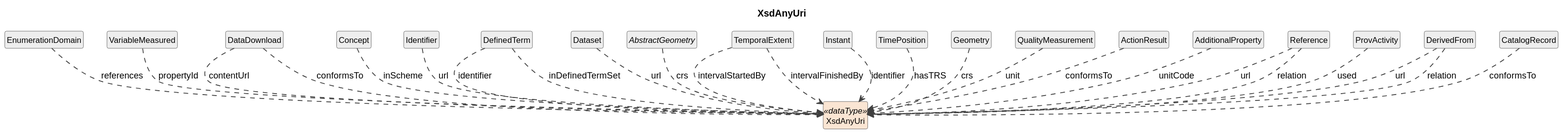
Cross-Domain-Interoperability-Framework/metadataBuildingBlocks keeps this PlantUML diagram as cdif-uml-model/DataDescriptionWithStructure/DataTypes/XsdAnyUri.svg. Above is the earlier version. Its diagram source:
```plantuml
@startuml
title XsdAnyUri
hide circle
hide empty members
skinparam shadowing false
skinparam ArrowThickness 1.2
skinparam class {
  ArrowColor #404040
  BorderColor #404040
  FontSize 12
}

class "XsdAnyUri" as XsdAnyUri <<dataType>> #FAE5D3
class "EnumerationDomain" as EnumerationDomain #EEEEEE
EnumerationDomain ..> XsdAnyUri : references
class "VariableMeasured" as VariableMeasured #EEEEEE
VariableMeasured ..> XsdAnyUri : propertyId
class "DataDownload" as DataDownload #EEEEEE
DataDownload ..> XsdAnyUri : contentUrl
DataDownload ..> XsdAnyUri : conformsTo
class "Concept" as Concept #EEEEEE
Concept ..> XsdAnyUri : inScheme
class "Identifier" as Identifier #EEEEEE
Identifier ..> XsdAnyUri : url
class "DefinedTerm" as DefinedTerm #EEEEEE
DefinedTerm ..> XsdAnyUri : identifier
DefinedTerm ..> XsdAnyUri : inDefinedTermSet
class "Dataset" as Dataset #EEEEEE
Dataset ..> XsdAnyUri : url
abstract class "AbstractGeometry" as AbstractGeometry #EEEEEE
AbstractGeometry ..> XsdAnyUri : crs
class "TemporalExtent" as TemporalExtent #EEEEEE
TemporalExtent ..> XsdAnyUri : intervalStartedBy
TemporalExtent ..> XsdAnyUri : intervalFinishedBy
class "Instant" as Instant #EEEEEE
Instant ..> XsdAnyUri : identifier
class "TimePosition" as TimePosition #EEEEEE
TimePosition ..> XsdAnyUri : hasTRS
class "Geometry" as Geometry #EEEEEE
Geometry ..> XsdAnyUri : crs
class "QualityMeasurement" as QualityMeasurement #EEEEEE
QualityMeasurement ..> XsdAnyUri : unit
class "ActionResult" as ActionResult #EEEEEE
ActionResult ..> XsdAnyUri : conformsTo
class "AdditionalProperty" as AdditionalProperty #EEEEEE
AdditionalProperty ..> XsdAnyUri : unitCode
class "Reference" as Reference #EEEEEE
Reference ..> XsdAnyUri : url
Reference ..> XsdAnyUri : relation
class "ProvActivity" as ProvActivity #EEEEEE
ProvActivity ..> XsdAnyUri : used
class "DerivedFrom" as DerivedFrom #EEEEEE
DerivedFrom ..> XsdAnyUri : url
DerivedFrom ..> XsdAnyUri : relation
class "CatalogRecord" as CatalogRecord #EEEEEE
CatalogRecord ..> XsdAnyUri : conformsTo
@enduml
```
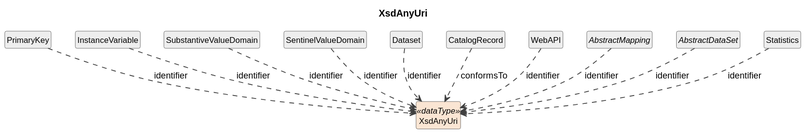
After the change.

Change to the diagram source:
```diff
@@ -11,47 +11,24 @@
 }
 
 class "XsdAnyUri" as XsdAnyUri <<dataType>> #FAE5D3
-class "EnumerationDomain" as EnumerationDomain #EEEEEE
-EnumerationDomain ..> XsdAnyUri : references
-class "VariableMeasured" as VariableMeasured #EEEEEE
-VariableMeasured ..> XsdAnyUri : propertyId
-class "DataDownload" as DataDownload #EEEEEE
-DataDownload ..> XsdAnyUri : contentUrl
-DataDownload ..> XsdAnyUri : conformsTo
-class "Concept" as Concept #EEEEEE
-Concept ..> XsdAnyUri : inScheme
-class "Identifier" as Identifier #EEEEEE
-Identifier ..> XsdAnyUri : url
-class "DefinedTerm" as DefinedTerm #EEEEEE
-DefinedTerm ..> XsdAnyUri : identifier
-DefinedTerm ..> XsdAnyUri : inDefinedTermSet
+class "PrimaryKey" as PrimaryKey #EEEEEE
+PrimaryKey ..> XsdAnyUri : identifier
+class "InstanceVariable" as InstanceVariable #EEEEEE
+InstanceVariable ..> XsdAnyUri : identifier
+class "SubstantiveValueDomain" as SubstantiveValueDomain #EEEEEE
+SubstantiveValueDomain ..> XsdAnyUri : identifier
+class "SentinelValueDomain" as SentinelValueDomain #EEEEEE
+SentinelValueDomain ..> XsdAnyUri : identifier
 class "Dataset" as Dataset #EEEEEE
-Dataset ..> XsdAnyUri : url
-abstract class "AbstractGeometry" as AbstractGeometry #EEEEEE
-AbstractGeometry ..> XsdAnyUri : crs
-class "TemporalExtent" as TemporalExtent #EEEEEE
-TemporalExtent ..> XsdAnyUri : intervalStartedBy
-TemporalExtent ..> XsdAnyUri : intervalFinishedBy
-class "Instant" as Instant #EEEEEE
-Instant ..> XsdAnyUri : identifier
-class "TimePosition" as TimePosition #EEEEEE
-TimePosition ..> XsdAnyUri : hasTRS
-class "Geometry" as Geometry #EEEEEE
-Geometry ..> XsdAnyUri : crs
-class "QualityMeasurement" as QualityMeasurement #EEEEEE
-QualityMeasurement ..> XsdAnyUri : unit
-class "ActionResult" as ActionResult #EEEEEE
-ActionResult ..> XsdAnyUri : conformsTo
-class "AdditionalProperty" as AdditionalProperty #EEEEEE
-AdditionalProperty ..> XsdAnyUri : unitCode
-class "Reference" as Reference #EEEEEE
-Reference ..> XsdAnyUri : url
-Reference ..> XsdAnyUri : relation
-class "ProvActivity" as ProvActivity #EEEEEE
-ProvActivity ..> XsdAnyUri : used
-class "DerivedFrom" as DerivedFrom #EEEEEE
-DerivedFrom ..> XsdAnyUri : url
-DerivedFrom ..> XsdAnyUri : relation
+Dataset ..> XsdAnyUri : identifier
 class "CatalogRecord" as CatalogRecord #EEEEEE
 CatalogRecord ..> XsdAnyUri : conformsTo
+class "WebAPI" as WebAPI #EEEEEE
+WebAPI ..> XsdAnyUri : identifier
+abstract class "AbstractMapping" as AbstractMapping #EEEEEE
+AbstractMapping ..> XsdAnyUri : identifier
+abstract class "AbstractDataSet" as AbstractDataSet #EEEEEE
+AbstractDataSet ..> XsdAnyUri : identifier
+class "Statistics" as Statistics #EEEEEE
+Statistics ..> XsdAnyUri : identifier
 @enduml
```
